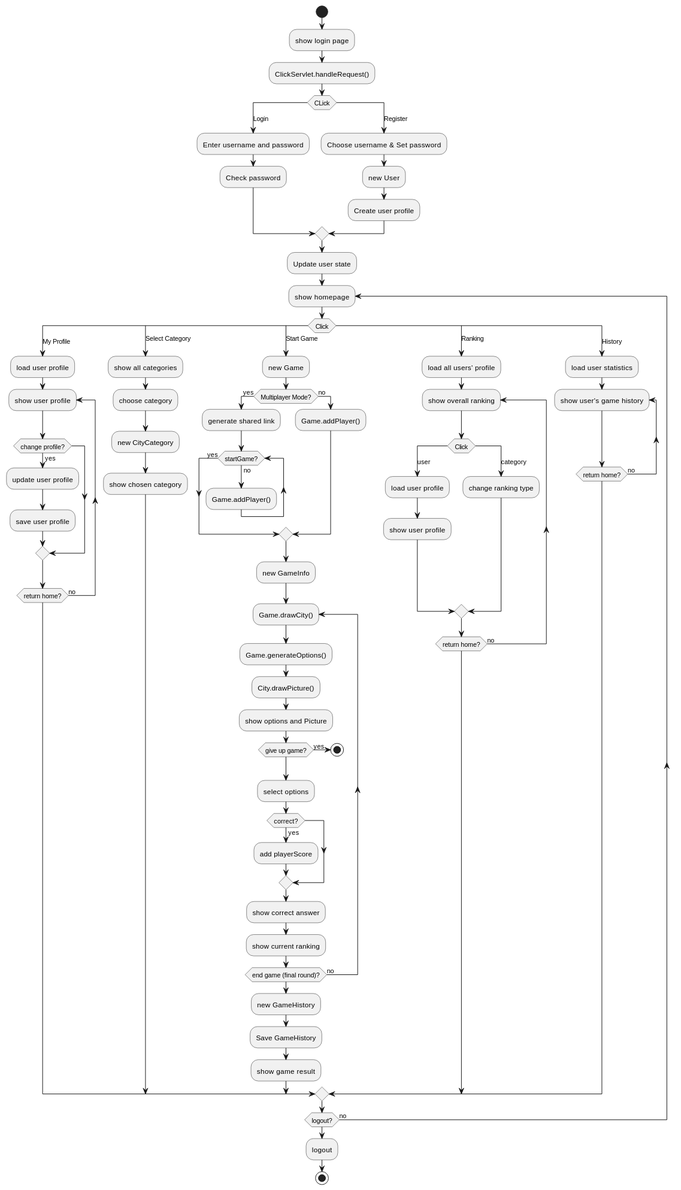
sopra-fs23-group-32/SoPra23_Server keeps this PlantUML diagram as src/uml/GuessCityActivity.svg. Above is the earlier version. Source of this version:
```plantuml
@startuml

start
:show login page;
:ClickServlet.handleRequest();
switch (CLick)
case (Login)
    :Enter username and password;
    :Check password;
case (Register)
    :Choose username & Set password;
    :new User;
    :Create user profile;
endswitch
:Update user state;
repeat :show homepage;

switch (Click)
case (My Profile)
    :load user profile;
    repeat :show user profile;
    if (change profile?) then(yes)
        :update user profile;
        :save user profile;
    endif
    repeat while(return home?) is(no)
case (Select Category)
    :show all categories;
    :choose category;
    :new CityCategory;
    :show chosen category;
case (Start Game)
    :new Game;
    if (Multiplayer Mode?) then(yes)
        :generate shared link;
        while(startGame?) is(no)
            :Game.addPlayer();
        endwhile (yes)
    else (no)
        :Game.addPlayer();
    endif
    :new GameInfo;

    repeat :Game.drawCity();
        :Game.generateOptions();
        :City.drawPicture();
        :show options and Picture;
        if (give up game?) then(yes)
            stop
        endif
        :select options;
        if (correct?) then(yes)
            :add playerScore;
        endif
        :show correct answer;
        :show current ranking;
    repeat while(end game (final round)?) is(no)

    :new GameHistory;
    :Save GameHistory;
    :show game result;
case (Ranking)
    :load all users' profile;
    repeat :show overall ranking;
    switch (Click)
    case (user)
        :load user profile;
        :show user profile;
    case (category)
        :change ranking type;
    endswitch
    repeat while(return home?) is(no)
case (History)
    :load user statistics;
    repeat :show user's game history;
    repeat while(return home?) is(no)
endswitch

repeat while(logout?) is(no)
:logout;
stop

@enduml
```
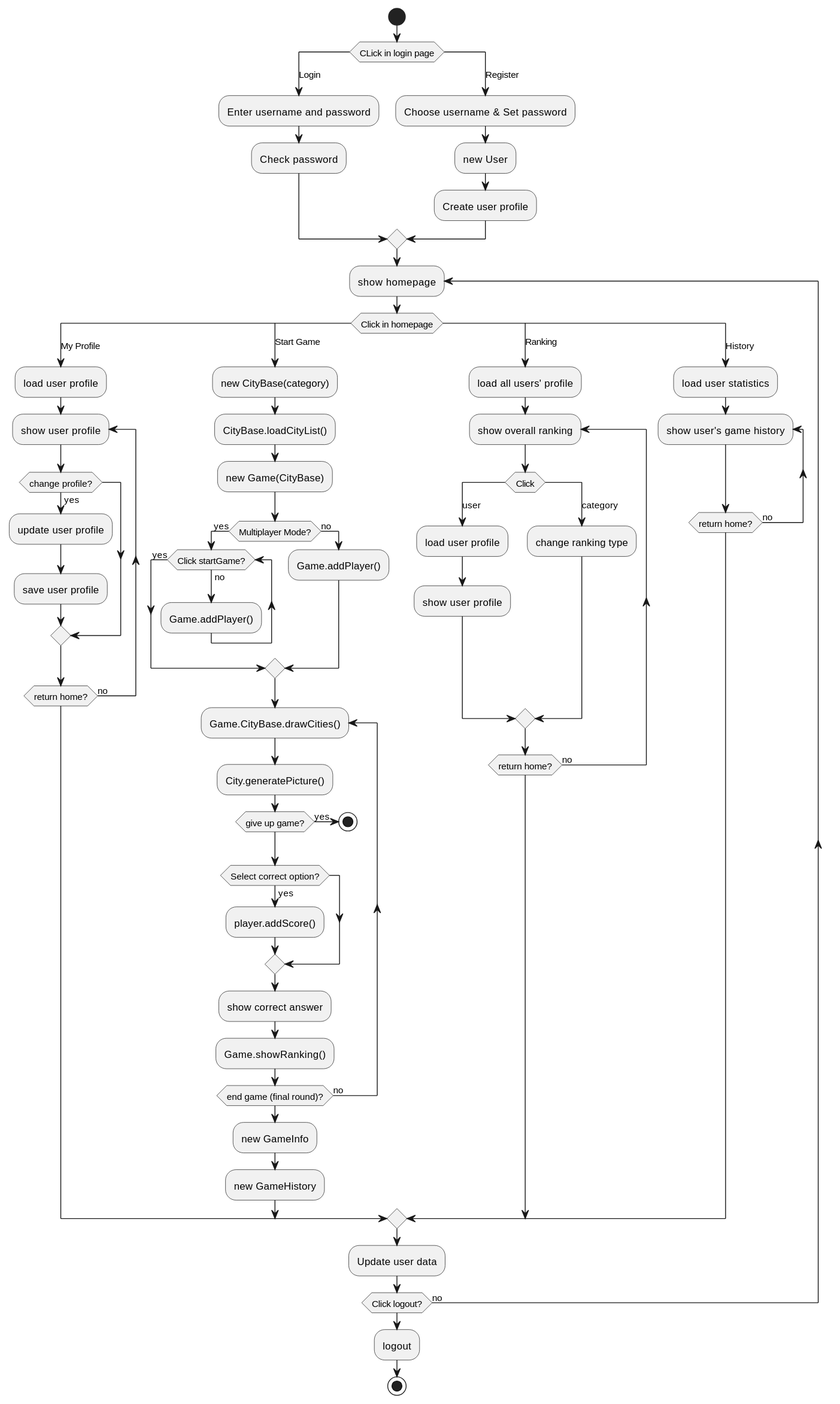
After the change.

Change to the diagram source:
```diff
@@ -1,9 +1,7 @@
 @startuml
 
 start
-:show login page;
-:ClickServlet.handleRequest();
-switch (CLick)
+switch (CLick in login page)
 case (Login)
     :Enter username and password;
     :Check password;
@@ -12,10 +10,9 @@
     :new User;
     :Create user profile;
 endswitch
-:Update user state;
+
 repeat :show homepage;
-
-switch (Click)
+switch (Click in homepage)
 case (My Profile)
     :load user profile;
     repeat :show user profile;
@@ -24,41 +21,34 @@
         :save user profile;
     endif
     repeat while(return home?) is(no)
-case (Select Category)
-    :show all categories;
-    :choose category;
-    :new CityCategory;
-    :show chosen category;
+
 case (Start Game)
-    :new Game;
+    :new CityBase(category);
+    :CityBase.loadCityList();
+    :new Game(CityBase);
     if (Multiplayer Mode?) then(yes)
-        :generate shared link;
-        while(startGame?) is(no)
+        while(Click startGame?) is(no)
             :Game.addPlayer();
         endwhile (yes)
     else (no)
         :Game.addPlayer();
     endif
-    :new GameInfo;
 
-    repeat :Game.drawCity();
-        :Game.generateOptions();
-        :City.drawPicture();
-        :show options and Picture;
+    repeat :Game.CityBase.drawCities();
+        :City.generatePicture();
         if (give up game?) then(yes)
             stop
         endif
-        :select options;
-        if (correct?) then(yes)
-            :add playerScore;
+        if (Select correct option?) then(yes)
+            :player.addScore();
         endif
         :show correct answer;
-        :show current ranking;
+        :Game.showRanking();
     repeat while(end game (final round)?) is(no)
 
+    :new GameInfo;
     :new GameHistory;
-    :Save GameHistory;
-    :show game result;
+
 case (Ranking)
     :load all users' profile;
     repeat :show overall ranking;
@@ -70,13 +60,15 @@
         :change ranking type;
     endswitch
     repeat while(return home?) is(no)
+
 case (History)
     :load user statistics;
     repeat :show user's game history;
     repeat while(return home?) is(no)
 endswitch
 
-repeat while(logout?) is(no)
+:Update user data;
+repeat while(Click logout?) is(no)
 :logout;
 stop
 
```
